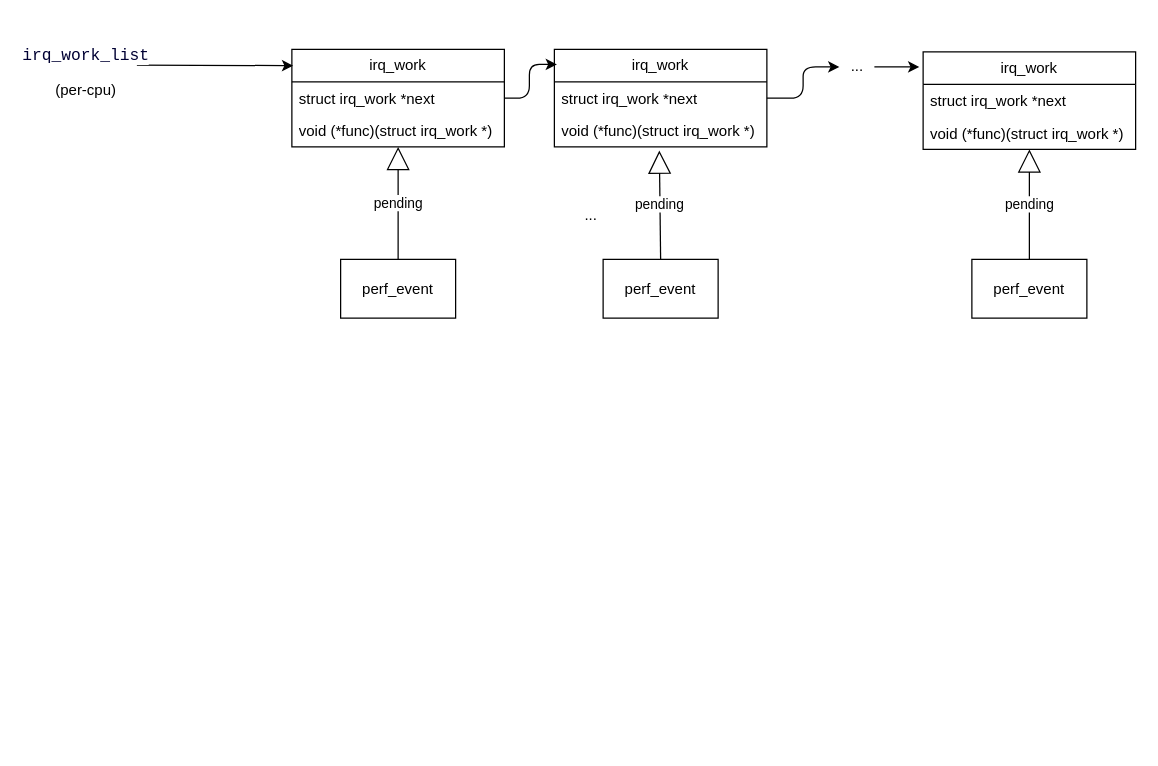
Above: linux.drawio in jasonactions/graph (draw.io), before the change. Source tidied: cells renumbered, new cells numbered last; positions are measured from the earlier drawing's top-left corner, leaving out a move shared by most shapes. Both pictures are drawn from the tidied source at 125%, with x=0, y=0 at pixel (21, 21).
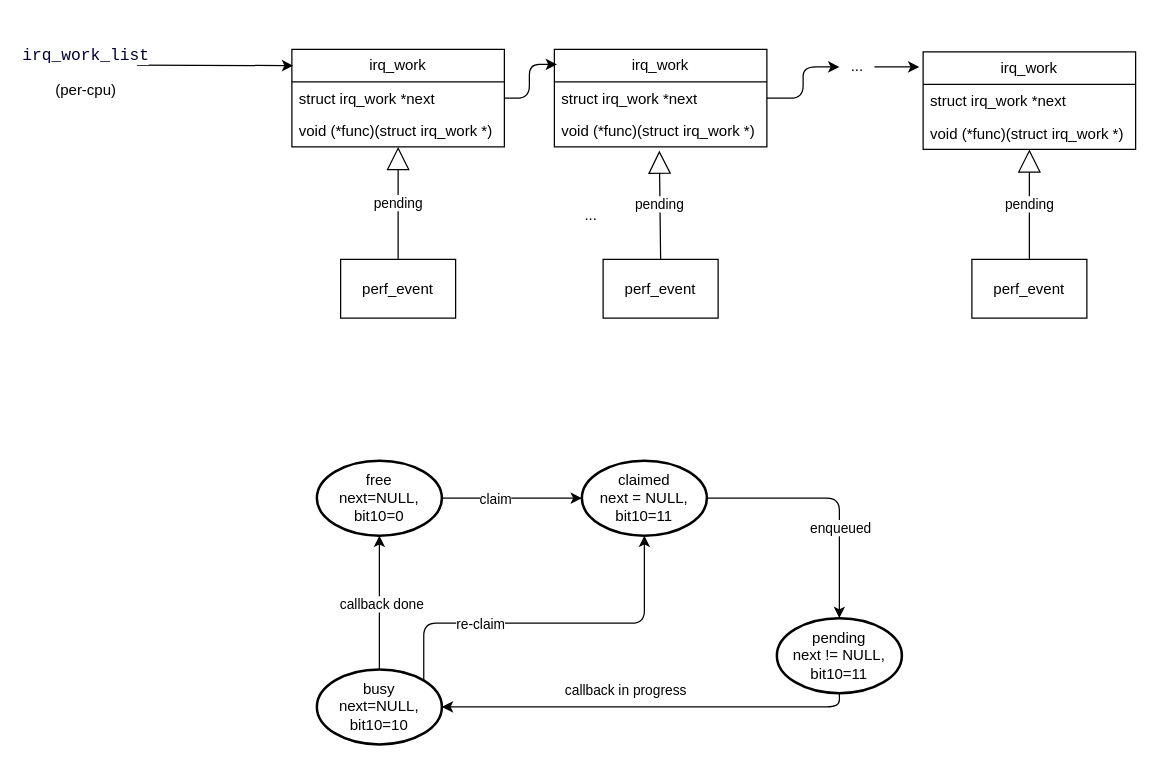
After the change.

Diff of the diagram source:
```diff
@@
+    <mxCell id="24" style="edgeStyle=orthogonalEdgeStyle;rounded=0;jettySize=auto;html=1;curved=1;" parent="1" edge="1" source="26" target="27">
+      <mxGeometry relative="1" as="geometry" />
+    </mxCell>
+    <mxCell id="25" value="claim" style="edgeLabel;html=1;align=center;verticalAlign=middle;" parent="24" vertex="1">
+      <mxGeometry x="-0.25" relative="1" as="geometry" />
+    </mxCell>
+    <mxCell id="26" value="&lt;div&gt;free&lt;/div&gt;&lt;div&gt;next=NULL,&lt;/div&gt;&lt;div&gt;bit10=0&lt;br&gt;&lt;/div&gt;" style="strokeWidth=2;html=1;shape=mxgraph.flowchart.start_1;whiteSpace=wrap;" parent="1" vertex="1">
+      <mxGeometry x="236" y="351" width="100" height="60" as="geometry" />
+    </mxCell>
+    <mxCell id="27" value="&lt;div&gt;claimed&lt;/div&gt;&lt;div&gt;next = NULL,&lt;/div&gt;&lt;div&gt;bit10=11&lt;br&gt;&lt;/div&gt;" style="strokeWidth=2;html=1;shape=mxgraph.flowchart.start_1;whiteSpace=wrap;" parent="1" vertex="1">
+      <mxGeometry x="448" y="351" width="100" height="60" as="geometry" />
+    </mxCell>
+    <mxCell id="28" value="&lt;div&gt;pending&lt;/div&gt;&lt;div&gt;next != NULL,&lt;/div&gt;&lt;div&gt;bit10=11&lt;br&gt;&lt;/div&gt;" style="strokeWidth=2;html=1;shape=mxgraph.flowchart.start_1;whiteSpace=wrap;" parent="1" vertex="1">
+      <mxGeometry x="604" y="477" width="100" height="60" as="geometry" />
+    </mxCell>
+    <mxCell id="29" value="&lt;div&gt;busy&lt;/div&gt;&lt;div&gt;next=NULL,&lt;/div&gt;&lt;div&gt;bit10=10&lt;br&gt;&lt;/div&gt;" style="strokeWidth=2;html=1;shape=mxgraph.flowchart.start_1;whiteSpace=wrap;" parent="1" vertex="1">
+      <mxGeometry x="236" y="518" width="100" height="60" as="geometry" />
+    </mxCell>
+    <mxCell id="30" style="edgeStyle=orthogonalEdgeStyle;rounded=1;jettySize=auto;html=1;entryX=0.5;entryY=0;entryDx=0;entryDy=0;entryPerimeter=0;curved=0;" parent="1" edge="1" source="27" target="28">
+      <mxGeometry relative="1" as="geometry" />
+    </mxCell>
+    <mxCell id="31" value="&lt;div&gt;&lt;div class=&quot;old-record-id-OGFBdoCd1olUtRxrfTAcztdanDc&quot; style=&quot;white-space:pre;&quot;&gt;enqueued&lt;/div&gt;&lt;/div&gt;&lt;span class=&quot;lark-record-clipboard&quot; data-lark-record-data=&quot;{&amp;quot;rootId&amp;quot;:&amp;quot;EvEZdxgZfojrwZxC1i3cj48qnFf&amp;quot;,&amp;quot;text&amp;quot;:{&amp;quot;initialAttributedTexts&amp;quot;:{&amp;quot;text&amp;quot;:{&amp;quot;0&amp;quot;:&amp;quot;enqueued&amp;quot;},&amp;quot;attribs&amp;quot;:{&amp;quot;0&amp;quot;:&amp;quot;*0+8&amp;quot;}},&amp;quot;apool&amp;quot;:{&amp;quot;numToAttrib&amp;quot;:{&amp;quot;0&amp;quot;:[&amp;quot;author&amp;quot;,&amp;quot;7205516225223376900&amp;quot;]},&amp;quot;nextNum&amp;quot;:1}},&amp;quot;type&amp;quot;:&amp;quot;text&amp;quot;,&amp;quot;referenceRecordMap&amp;quot;:{},&amp;quot;extra&amp;quot;:{&amp;quot;channel&amp;quot;:&amp;quot;saas&amp;quot;,&amp;quot;pasteRandomId&amp;quot;:&amp;quot;723feb19-2d61-4690-8534-a67afd26e90e&amp;quot;,&amp;quot;mention_page_title&amp;quot;:{},&amp;quot;external_mention_url&amp;quot;:{}},&amp;quot;isKeepQuoteContainer&amp;quot;:false,&amp;quot;isFromCode&amp;quot;:true,&amp;quot;selection&amp;quot;:[{&amp;quot;id&amp;quot;:95,&amp;quot;type&amp;quot;:&amp;quot;text&amp;quot;,&amp;quot;selection&amp;quot;:{&amp;quot;start&amp;quot;:186,&amp;quot;end&amp;quot;:194},&amp;quot;recordId&amp;quot;:&amp;quot;OGFBdoCd1olUtRxrfTAcztdanDc&amp;quot;}],&amp;quot;payloadMap&amp;quot;:{},&amp;quot;isCut&amp;quot;:false}&quot;&gt;&lt;/span&gt;" style="edgeLabel;html=1;align=center;verticalAlign=middle;" parent="30" vertex="1">
+      <mxGeometry x="-0.18" y="-22" relative="1" as="geometry">
+        <mxPoint x="23" y="1" as="offset" />
+      </mxGeometry>
+    </mxCell>
+    <mxCell id="32" style="edgeStyle=orthogonalEdgeStyle;rounded=1;jettySize=auto;html=1;entryX=1;entryY=0.5;entryDx=0;entryDy=0;entryPerimeter=0;curved=0;" parent="1" edge="1" source="28" target="29">
+      <mxGeometry relative="1" as="geometry">
+        <Array as="points">
+          <mxPoint x="654" y="548" />
+        </Array>
+      </mxGeometry>
+    </mxCell>
+    <mxCell id="33" value="callback in progress" style="edgeLabel;html=1;align=center;verticalAlign=middle;" parent="32" vertex="1">
+      <mxGeometry x="-0.27" y="10" relative="1" as="geometry">
+        <mxPoint x="-63" y="-24" as="offset" />
+      </mxGeometry>
+    </mxCell>
+    <mxCell id="34" style="edgeStyle=orthogonalEdgeStyle;rounded=1;jettySize=auto;html=1;entryX=0.5;entryY=1;entryDx=0;entryDy=0;entryPerimeter=0;curved=0;" parent="1" edge="1" source="29" target="26">
+      <mxGeometry relative="1" as="geometry" />
+    </mxCell>
+    <mxCell id="35" value="callback done" style="edgeLabel;html=1;align=center;verticalAlign=middle;" parent="34" vertex="1">
+      <mxGeometry x="0.01" relative="1" as="geometry">
+        <mxPoint x="1" y="1" as="offset" />
+      </mxGeometry>
+    </mxCell>
+    <mxCell id="36" style="edgeStyle=orthogonalEdgeStyle;rounded=1;jettySize=auto;html=1;entryX=0.5;entryY=1;entryDx=0;entryDy=0;entryPerimeter=0;exitX=0.855;exitY=0.145;exitDx=0;exitDy=0;exitPerimeter=0;curved=0;" parent="1" edge="1" source="29" target="27">
+      <mxGeometry relative="1" as="geometry">
+        <Array as="points">
+          <mxPoint x="322" y="481" />
+          <mxPoint x="498" y="481" />
+        </Array>
+      </mxGeometry>
+    </mxCell>
+    <mxCell id="37" value="re-claim" style="edgeLabel;html=1;align=center;verticalAlign=middle;" parent="36" vertex="1">
+      <mxGeometry x="-0.38" relative="1" as="geometry" />
+    </mxCell>
```
